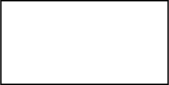
The draw.io diagram images/test.drawio.svg in UlrichNilsson/kubernetes, before a commit. Source tidied: cells renumbered, new cells last; positions are measured from the earlier drawing's top-left corner, leaving out a move shared by most shapes. Its diagram source:
```xml
<mxGraphModel>
  <root>
    <mxCell id="0" />
    <mxCell id="1" parent="0" />
    <mxCell id="2" style="rounded=0;whiteSpace=wrap;html=1;" parent="1" vertex="1">
      <mxGeometry width="120" height="60" as="geometry" />
    </mxCell>
  </root>
</mxGraphModel>
```
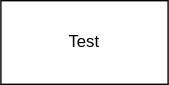
After the change.

What changed in the source:
```diff
@@ -2,7 +2,7 @@
   <root>
     <mxCell id="0" />
     <mxCell id="1" parent="0" />
-    <mxCell id="2" style="rounded=0;whiteSpace=wrap;html=1;" parent="1" vertex="1">
+    <mxCell id="2" value="&lt;font color=&quot;#000000&quot;&gt;Test&lt;/font&gt;" style="rounded=0;whiteSpace=wrap;html=1;fillColor=#FFFFFF;" parent="1" vertex="1">
       <mxGeometry width="120" height="60" as="geometry" />
     </mxCell>
   </root>
```
